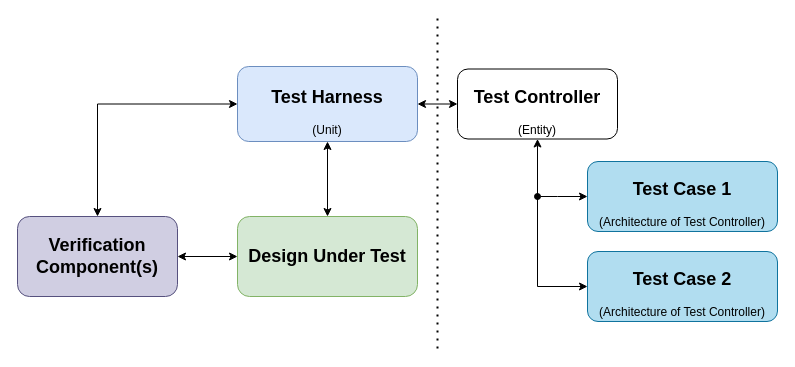
Earlier version of the draw.io diagram page "OSVVM" (1 of 2) of _posts/includes/vhdl-design-patterns-test-controller/_images/OSVVM.drawio (Sturla22/Sturla22.github.io). Source tidied: cells renumbered, new cells numbered last; positions are measured from the earlier drawing's top-left corner, leaving out a move shared by most shapes. Both pictures are drawn from the tidied source at 100%, with x=0, y=0 at pixel (17, 18).
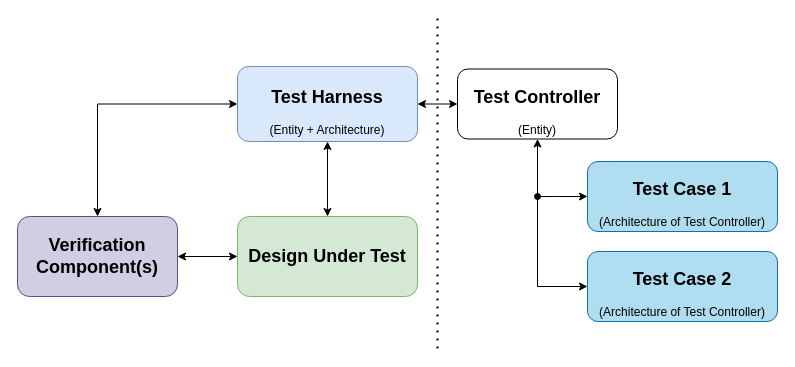
After the change.

What changed in the source:
```diff
@@
 <mxGraphModel>
   <root>
     <mxCell id="0" />
     <mxCell id="1" parent="0" />
     <mxCell id="2" style="edgeStyle=orthogonalEdgeStyle;rounded=0;jettySize=auto;html=1;startArrow=classic;startFill=1;" parent="1" edge="1" source="5" target="7">
       <mxGeometry relative="1" as="geometry" />
     </mxCell>
     <mxCell id="3" style="edgeStyle=orthogonalEdgeStyle;rounded=0;jettySize=auto;html=1;startArrow=classic;startFill=1;endArrow=classic;endFill=1;" parent="1" edge="1" source="5" target="10">
       <mxGeometry relative="1" as="geometry" />
     </mxCell>
     <mxCell id="4" style="edgeStyle=orthogonalEdgeStyle;rounded=0;jettySize=auto;html=1;startArrow=classic;startFill=1;endArrow=classic;endFill=1;" parent="1" edge="1" source="5" target="12">
       <mxGeometry relative="1" as="geometry" />
     </mxCell>
-    <mxCell id="5" value="&lt;div&gt;&lt;h2&gt;Test Harness&lt;/h2&gt;&lt;/div&gt;(Unit)" style="rounded=1;whiteSpace=wrap;html=1;fillColor=#dae8fc;strokeColor=#6c8ebf;" parent="1" vertex="1">
+    <mxCell id="5" value="&lt;div&gt;&lt;h2&gt;Test Harness&lt;/h2&gt;&lt;/div&gt;(Entity + Architecture)" style="rounded=1;whiteSpace=wrap;html=1;fillColor=#dae8fc;strokeColor=#6c8ebf;" parent="1" vertex="1">
       <mxGeometry x="220" y="48" width="180" height="75" as="geometry" />
     </mxCell>
     <mxCell id="6" style="edgeStyle=orthogonalEdgeStyle;rounded=0;jettySize=auto;html=1;exitX=0.5;exitY=1;exitDx=0;exitDy=0;startArrow=classic;startFill=1;entryX=0;entryY=0.5;entryDx=0;entryDy=0;" parent="1" edge="1" source="7" target="13">
       <mxGeometry relative="1" as="geometry">
         <Array as="points">
           <mxPoint x="520" y="268" />
         </Array>
       </mxGeometry>
     </mxCell>
     <mxCell id="7" value="&lt;div&gt;&lt;h2&gt;Test Controller&lt;/h2&gt;&lt;/div&gt;&lt;div&gt;(Entity)&lt;br&gt;&lt;/div&gt;" style="whiteSpace=wrap;html=1;rounded=1;" parent="1" vertex="1">
       <mxGeometry x="440" y="50.5" width="160" height="70" as="geometry" />
     </mxCell>
     <mxCell id="8" style="edgeStyle=orthogonalEdgeStyle;rounded=0;jettySize=auto;html=1;exitX=0;exitY=0.5;exitDx=0;exitDy=0;startArrow=classic;startFill=1;endArrow=oval;endFill=1;" parent="1" edge="1" source="9">
       <mxGeometry relative="1" as="geometry">
         <mxPoint x="520" y="178" as="targetPoint" />
         <Array as="points">
           <mxPoint x="540" y="178" />
           <mxPoint x="540" y="178" />
         </Array>
       </mxGeometry>
     </mxCell>
     <mxCell id="9" value="&lt;div&gt;&lt;h2&gt;Test Case 1&lt;/h2&gt;&lt;/div&gt;&lt;div&gt;(Architecture of Test Controller)&lt;br&gt;&lt;/div&gt;" style="whiteSpace=wrap;html=1;rounded=1;fillColor=#b1ddf0;strokeColor=#10739e;" parent="1" vertex="1">
       <mxGeometry x="570" y="143" width="190" height="70" as="geometry" />
     </mxCell>
     <mxCell id="10" value="&lt;h2&gt;Design Under Test&lt;/h2&gt;" style="whiteSpace=wrap;html=1;rounded=1;fillColor=#d5e8d4;strokeColor=#82b366;" parent="1" vertex="1">
       <mxGeometry x="220" y="198" width="180" height="80" as="geometry" />
     </mxCell>
     <mxCell id="11" style="edgeStyle=orthogonalEdgeStyle;rounded=0;jettySize=auto;html=1;startArrow=classic;startFill=1;endArrow=classic;endFill=1;" parent="1" edge="1" source="12" target="10">
       <mxGeometry relative="1" as="geometry" />
     </mxCell>
     <mxCell id="12" value="&lt;h2&gt;Verification Component(s)&lt;/h2&gt;" style="whiteSpace=wrap;html=1;rounded=1;fillColor=#d0cee2;strokeColor=#56517e;" parent="1" vertex="1">
       <mxGeometry y="198" width="160" height="80" as="geometry" />
     </mxCell>
     <mxCell id="13" value="&lt;div&gt;&lt;h2&gt;Test Case 2&lt;/h2&gt;&lt;/div&gt;&lt;div&gt;(Architecture of Test Controller)&lt;br&gt;&lt;/div&gt;" style="whiteSpace=wrap;html=1;rounded=1;fillColor=#b1ddf0;strokeColor=#10739e;" parent="1" vertex="1">
       <mxGeometry x="570" y="233" width="190" height="70" as="geometry" />
     </mxCell>
     <mxCell id="14" style="endArrow=none;dashed=1;html=1;dashPattern=1 3;strokeWidth=2;" parent="1" edge="1">
       <mxGeometry relative="1" as="geometry">
         <mxPoint x="420" y="330" as="sourcePoint" />
         <mxPoint x="420" as="targetPoint" />
       </mxGeometry>
     </mxCell>
   </root>
 </mxGraphModel>
```
